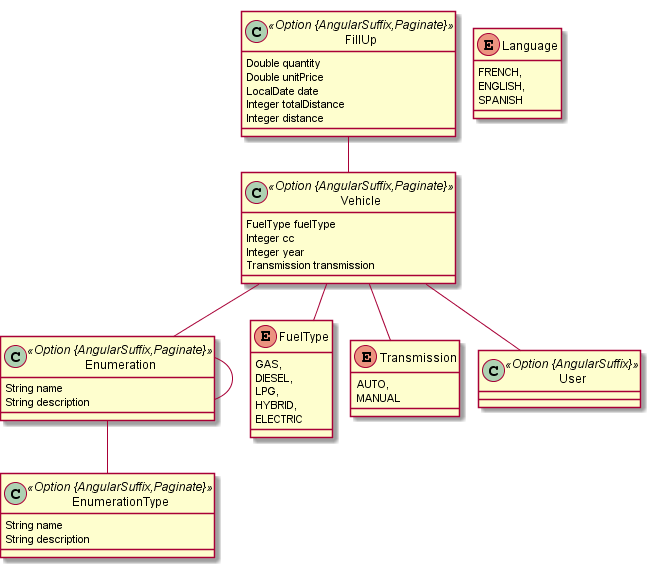
hazerbaker/yakitanaliz keeps this PlantUML diagram as jhipster-jdl.png. Above is the earlier version.
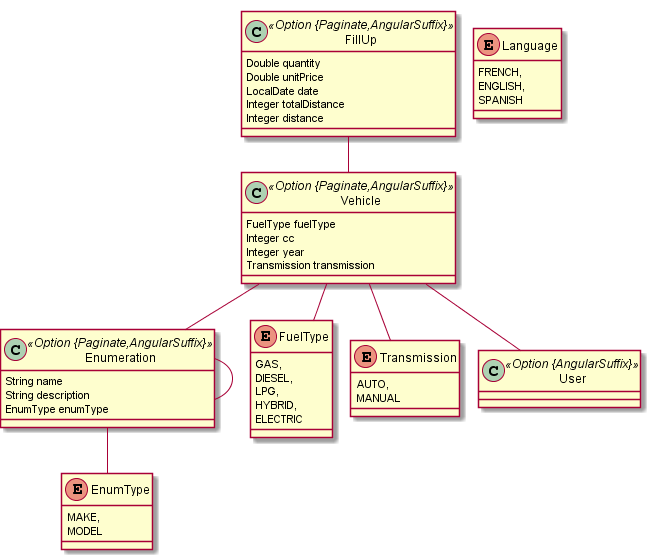
The same file after the commit.

Commit message:
changed enumtype model

Change to the diagram source:
```diff
@@ -1,15 +1,13 @@
 @startuml
 	!pragma graphviz_dot jdot
 	!pragma syntax class
-	class EnumerationType <<Option {AngularSuffix,Paginate}>> {
+	class Enumeration <<Option {Paginate,AngularSuffix}>> {
 		String name
 		String description
+		EnumType enumType
 	}
-	class Enumeration <<Option {AngularSuffix,Paginate}>> {
-		String name
-		String description
-	}
-	class Vehicle <<Option {AngularSuffix,Paginate}>> {
+	Enumeration ..> EnumType
+	class Vehicle <<Option {Paginate,AngularSuffix}>> {
 		FuelType fuelType
 		Integer cc
 		Integer year
@@ -17,7 +15,7 @@
 	}
 	Vehicle ..> FuelType
 	Vehicle ..> Transmission
-	class FillUp <<Option {AngularSuffix,Paginate}>> {
+	class FillUp <<Option {Paginate,AngularSuffix}>> {
 		Double quantity
 		Double unitPrice
 		LocalDate date
@@ -36,11 +34,14 @@
 		HYBRID,
 		ELECTRIC
 	}
+	enum EnumType {
+		MAKE,
+		MODEL
+	}
 	enum Transmission {
 		AUTO,
 		MANUAL
 	}
-	Enumeration  "enumerationType 0..* " o-- "0..1 "  EnumerationType
 	Vehicle  "model 0..* " o-- "0..1 "  Enumeration
 	FillUp  "vehicle 0..* " o-- "0..1 "  Vehicle
 	Enumeration  "parent 0..* " o-- "0..1 "  Enumeration
```
